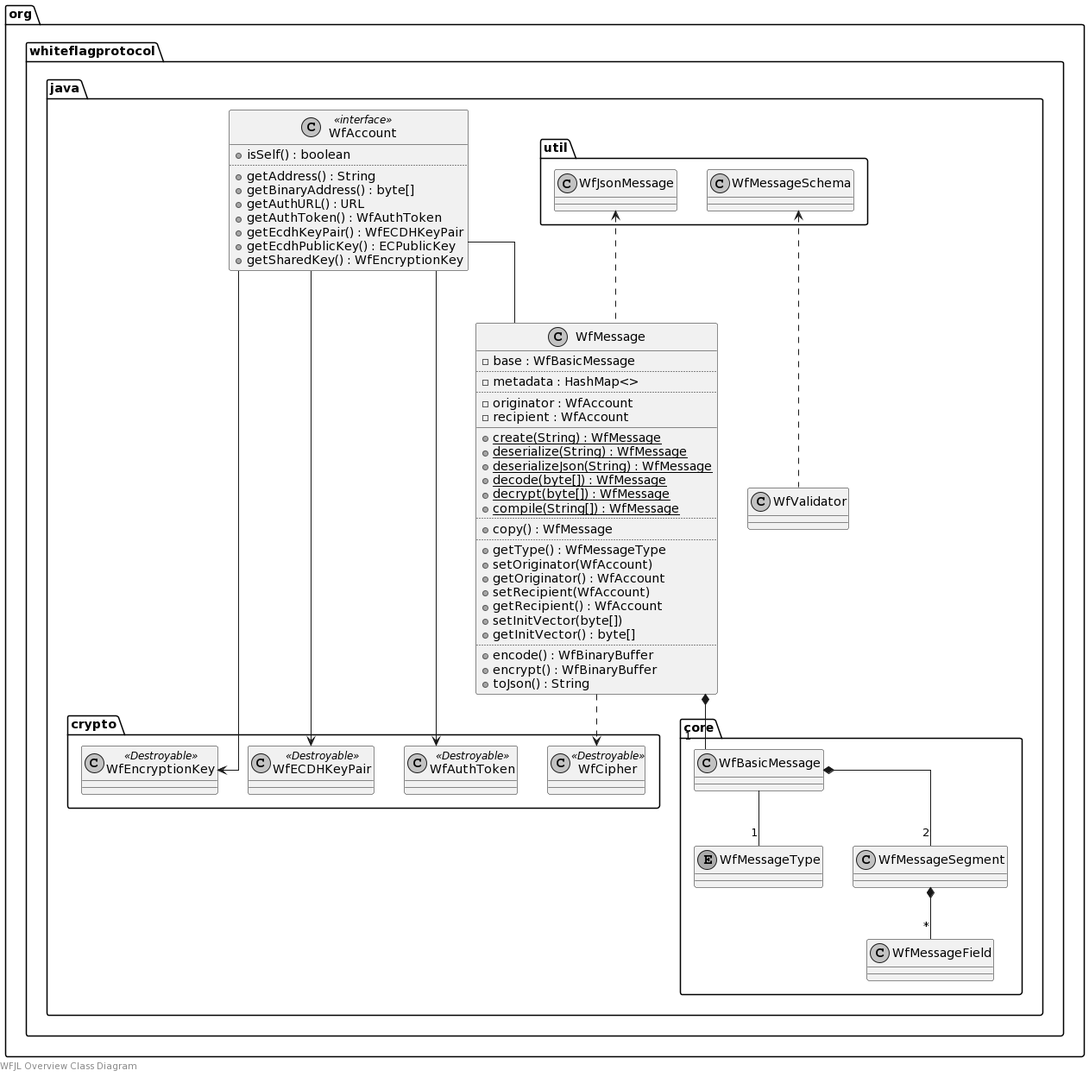
Before: docs/uml/overview.png, a diagram exported from PlantUML (WhiteflagProtocol/whiteflag-java).
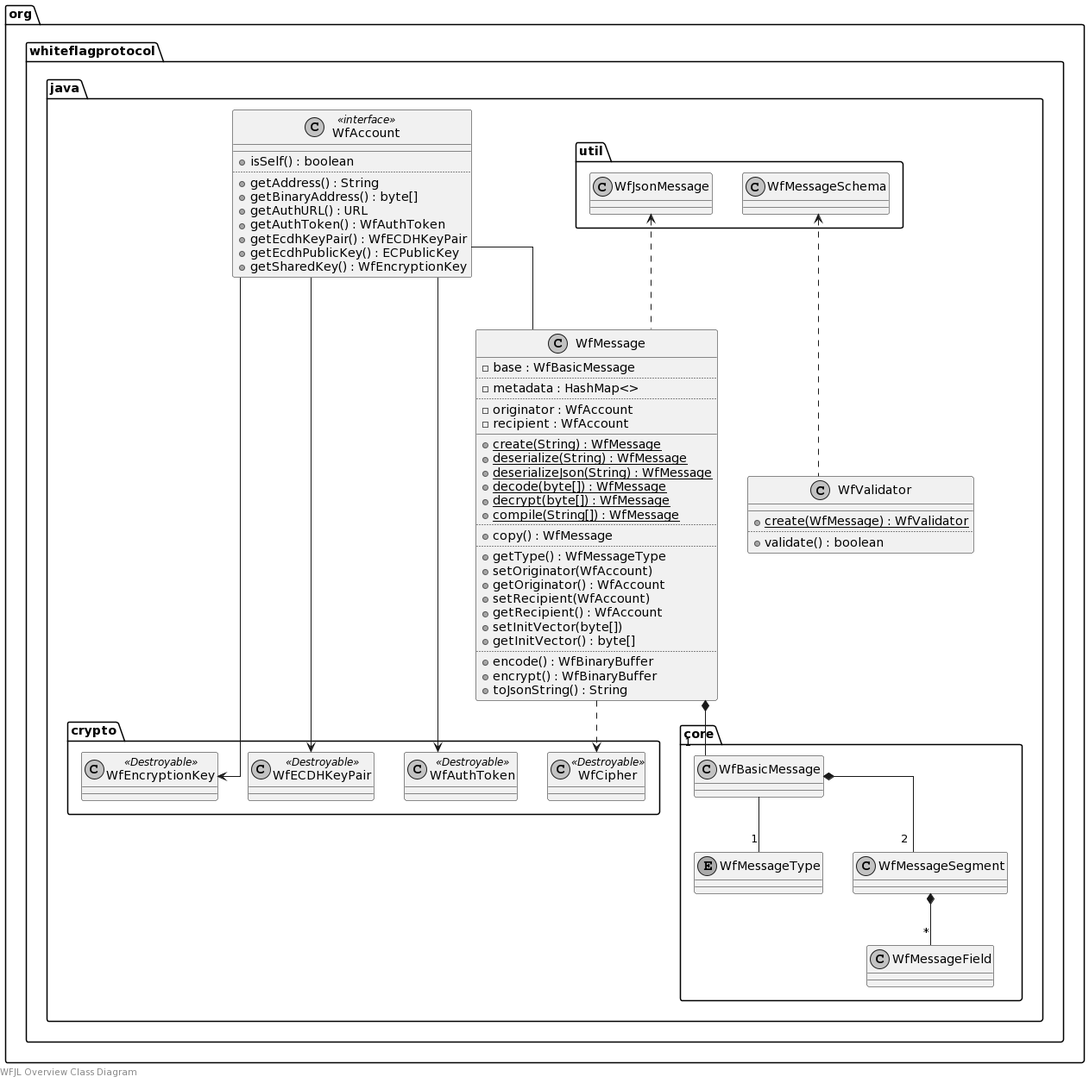
The same diagram one commit later.

What changed in the source:
```diff
@@ -32,10 +32,11 @@
         ..
         +encode() : WfBinaryBuffer
         +encrypt() : WfBinaryBuffer
-        +toJson() : String
+        +toJsonString() : String
     }
 
     class WfAccount <<interface>> {
+        __
         +isSelf() : boolean
         ..
         +getAddress() : String
@@ -47,7 +48,12 @@
         +getSharedKey() : WfEncryptionKey
     }
 
-    class WfValidator {}
+    class WfValidator {
+        __
+        {static} +create(WfMessage) : WfValidator
+        ..
+        +validate() : boolean
+    }
 }
 
 package org.whiteflagprotocol.java.core {
```
